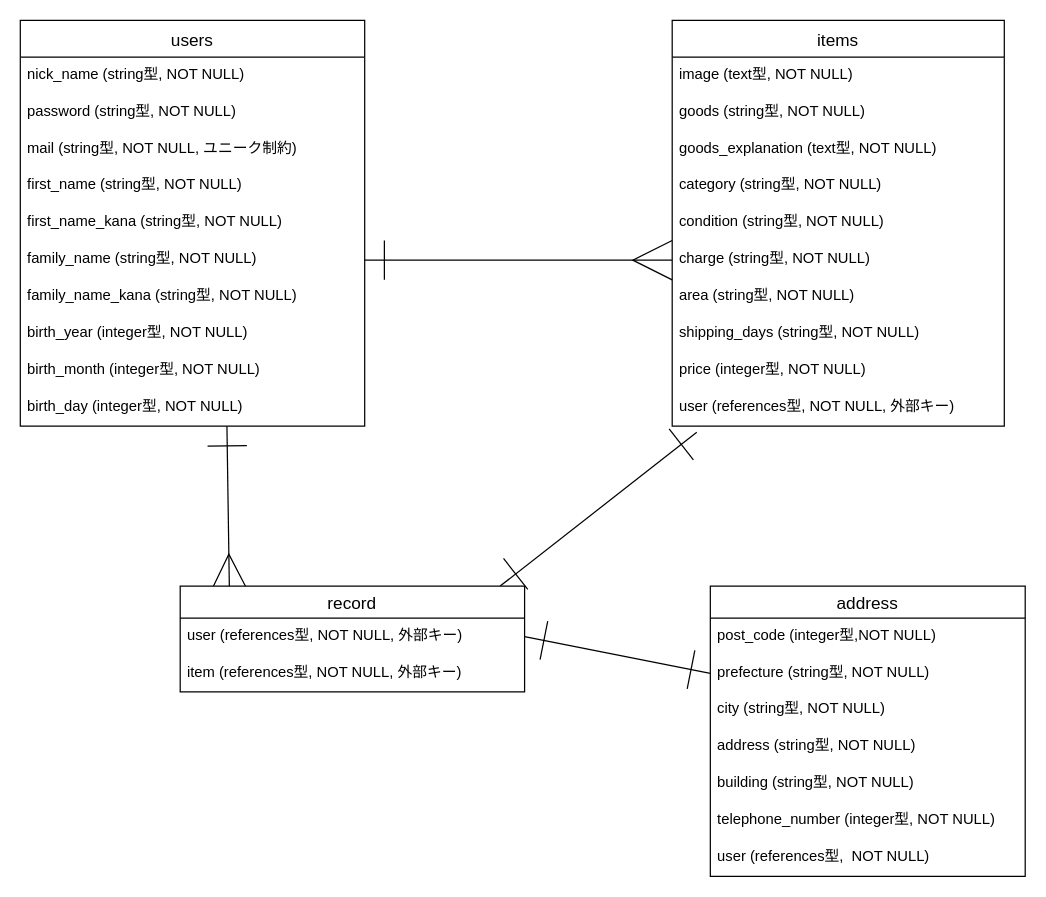
This is plan.dio from rinoccha/furima-39079, a draw.io file, before an edit. Source tidied: cells renumbered, new cells numbered last; positions are measured from the earlier drawing's top-left corner, leaving out a move shared by most shapes. Both pictures are drawn from the tidied source at 123%, with x=0, y=0 at pixel (20, 20).
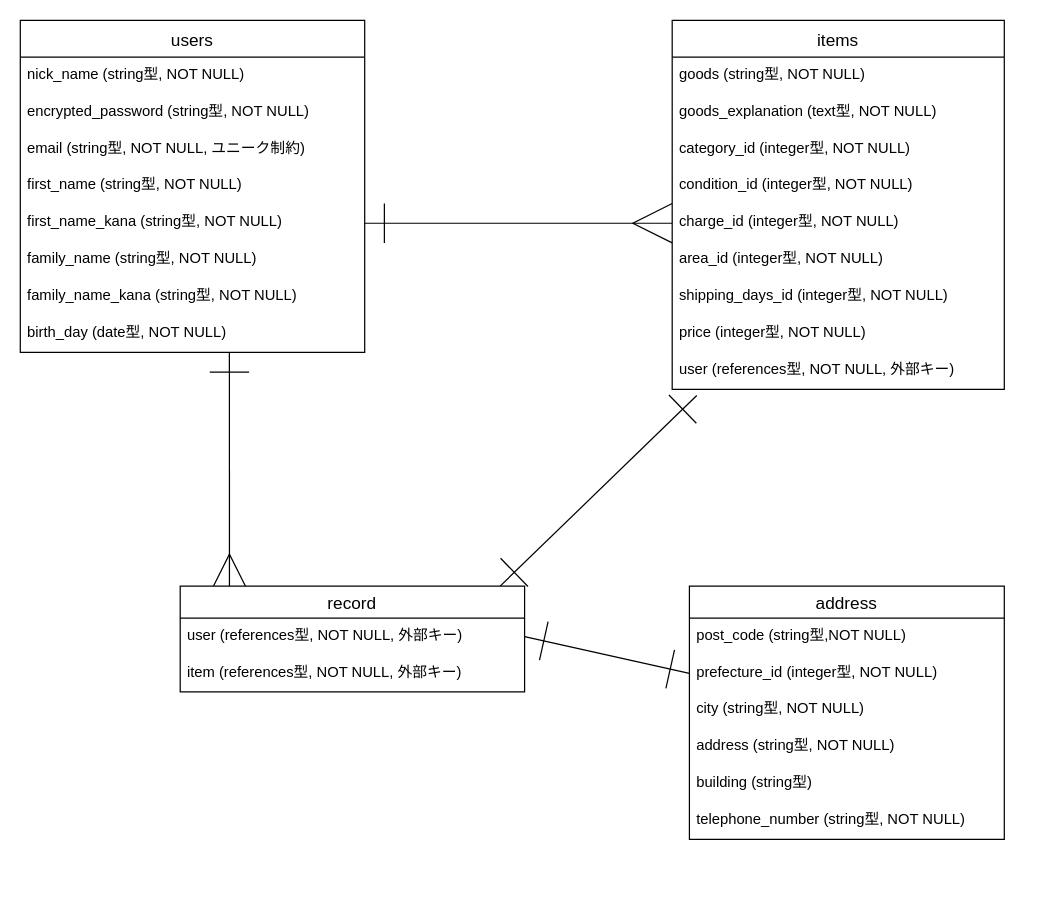
After the change.

Commit message (it also covers changes not shown here):
ER図、READMEの修正

The change refers to these unchanged cells:
```xml
<mxCell id="7" value="first_name_kana (string型, NOT NULL)" style="text;strokeColor=none;fillColor=none;spacingLeft=4;spacingRight=4;overflow=hidden;points=[[0,0.5],[1,0.5]];portConstraint=eastwest;fontSize=12;" parent="2" vertex="1">
  <mxGeometry y="150" width="280" height="30" as="geometry" />
</mxCell>
<mxCell id="8" value="family_name (string型, NOT NULL)" style="text;strokeColor=none;fillColor=none;spacingLeft=4;spacingRight=4;overflow=hidden;points=[[0,0.5],[1,0.5]];portConstraint=eastwest;fontSize=12;" parent="2" vertex="1">
  <mxGeometry y="180" width="280" height="30" as="geometry" />
</mxCell>
<mxCell id="35" value="record" style="swimlane;fontStyle=0;horizontal=1;startSize=26;align=center;fontSize=14;" parent="1" vertex="1">
  <mxGeometry x="130" y="460" width="280" height="86" as="geometry" />
</mxCell>
```

Diff of the diagram source:
```diff
@@
     <mxCell id="2" value="users" style="swimlane;fontStyle=0;horizontal=1;startSize=30;align=center;fontSize=14;" parent="1" vertex="1">
-      <mxGeometry width="280" height="330" as="geometry" />
+      <mxGeometry width="280" height="270" as="geometry" />
     </mxCell>
@@
-    <mxCell id="4" value="password (string型, NOT NULL)" style="text;strokeColor=none;fillColor=none;spacingLeft=4;spacingRight=4;overflow=hidden;fontSize=12;" parent="2" vertex="1">
+    <mxCell id="4" value="encrypted_password (string型, NOT NULL)" style="text;strokeColor=none;fillColor=none;spacingLeft=4;spacingRight=4;overflow=hidden;fontSize=12;" parent="2" vertex="1">
       <mxGeometry y="60" width="280" height="30" as="geometry" />
     </mxCell>
-    <mxCell id="5" value="mail (string型, NOT NULL, ユニーク制約)" style="text;strokeColor=none;fillColor=none;spacingLeft=4;spacingRight=4;overflow=hidden;fontSize=12;" parent="2" vertex="1">
+    <mxCell id="5" value="email (string型, NOT NULL, ユニーク制約)" style="text;strokeColor=none;fillColor=none;spacingLeft=4;spacingRight=4;overflow=hidden;fontSize=12;" parent="2" vertex="1">
       <mxGeometry y="90" width="280" height="30" as="geometry" />
     </mxCell>
@@
-    <mxCell id="10" value="birth_year (integer型, NOT NULL)" style="text;strokeColor=none;fillColor=none;spacingLeft=4;spacingRight=4;overflow=hidden;fontSize=12;" parent="2" vertex="1">
+    <mxCell id="10" value="birth_day (date型, NOT NULL)" style="text;strokeColor=none;fillColor=none;spacingLeft=4;spacingRight=4;overflow=hidden;fontSize=12;" parent="2" vertex="1">
       <mxGeometry y="240" width="280" height="30" as="geometry" />
     </mxCell>
-    <mxCell id="11" value="birth_month (integer型, NOT NULL)" style="text;strokeColor=none;fillColor=none;spacingLeft=4;spacingRight=4;overflow=hidden;fontSize=12;" parent="2" vertex="1">
-      <mxGeometry y="270" width="280" height="30" as="geometry" />
-    </mxCell>
-    <mxCell id="12" value="birth_day (integer型, NOT NULL)" style="text;strokeColor=none;fillColor=none;spacingLeft=4;spacingRight=4;overflow=hidden;points=[[0,0.5],[1,0.5]];portConstraint=eastwest;fontSize=12;" parent="2" vertex="1">
-      <mxGeometry y="300" width="280" height="30" as="geometry" />
-    </mxCell>
     <mxCell id="13" value="items" style="swimlane;fontStyle=0;horizontal=1;startSize=30;align=center;fontSize=14;" parent="1" vertex="1">
-      <mxGeometry x="530" width="270" height="330" as="geometry" />
+      <mxGeometry x="530" width="270" height="300" as="geometry" />
     </mxCell>
-    <mxCell id="14" value="image (text型, NOT NULL)" style="text;strokeColor=none;fillColor=none;spacingLeft=4;spacingRight=4;overflow=hidden;fontSize=12;" parent="13" vertex="1">
-      <mxGeometry y="30" width="270" height="30" as="geometry" />
-    </mxCell>
     <mxCell id="15" value="goods (string型, NOT NULL)" style="text;strokeColor=none;fillColor=none;spacingLeft=4;spacingRight=4;overflow=hidden;fontSize=12;" parent="13" vertex="1">
-      <mxGeometry y="60" width="270" height="30" as="geometry" />
+      <mxGeometry y="30" width="270" height="30" as="geometry" />
     </mxCell>
     <mxCell id="16" value="goods_explanation (text型, NOT NULL)" style="text;strokeColor=none;fillColor=none;spacingLeft=4;spacingRight=4;overflow=hidden;fontSize=12;" parent="13" vertex="1">
-      <mxGeometry y="90" width="270" height="30" as="geometry" />
+      <mxGeometry y="60" width="270" height="30" as="geometry" />
     </mxCell>
-    <mxCell id="17" value="category (string型, NOT NULL)" style="text;strokeColor=none;fillColor=none;spacingLeft=4;spacingRight=4;overflow=hidden;fontSize=12;" parent="13" vertex="1">
-      <mxGeometry y="120" width="270" height="30" as="geometry" />
+    <mxCell id="17" value="category_id (integer型, NOT NULL)" style="text;strokeColor=none;fillColor=none;spacingLeft=4;spacingRight=4;overflow=hidden;fontSize=12;" parent="13" vertex="1">
+      <mxGeometry y="90" width="270" height="30" as="geometry" />
     </mxCell>
-    <mxCell id="18" value="condition (string型, NOT NULL)" style="text;strokeColor=none;fillColor=none;spacingLeft=4;spacingRight=4;overflow=hidden;fontSize=12;" parent="13" vertex="1">
-      <mxGeometry y="150" width="270" height="30" as="geometry" />
+    <mxCell id="18" value="condition_id (integer型, NOT NULL)" style="text;strokeColor=none;fillColor=none;spacingLeft=4;spacingRight=4;overflow=hidden;fontSize=12;" parent="13" vertex="1">
+      <mxGeometry y="120" width="270" height="30" as="geometry" />
     </mxCell>
-    <mxCell id="19" value="charge (string型, NOT NULL)" style="text;strokeColor=none;fillColor=none;spacingLeft=4;spacingRight=4;overflow=hidden;points=[[0,0.5],[1,0.5]];portConstraint=eastwest;fontSize=12;" parent="13" vertex="1">
-      <mxGeometry y="180" width="270" height="30" as="geometry" />
+    <mxCell id="19" value="charge_id (integer型, NOT NULL)" style="text;strokeColor=none;fillColor=none;spacingLeft=4;spacingRight=4;overflow=hidden;points=[[0,0.5],[1,0.5]];portConstraint=eastwest;fontSize=12;" parent="13" vertex="1">
+      <mxGeometry y="150" width="270" height="30" as="geometry" />
     </mxCell>
-    <mxCell id="20" value="area (string型, NOT NULL)" style="text;strokeColor=none;fillColor=none;spacingLeft=4;spacingRight=4;overflow=hidden;fontSize=12;" parent="13" vertex="1">
-      <mxGeometry y="210" width="270" height="30" as="geometry" />
+    <mxCell id="20" value="area_id (integer型, NOT NULL)" style="text;strokeColor=none;fillColor=none;spacingLeft=4;spacingRight=4;overflow=hidden;fontSize=12;" parent="13" vertex="1">
+      <mxGeometry y="180" width="270" height="30" as="geometry" />
     </mxCell>
-    <mxCell id="21" value="shipping_days (string型, NOT NULL)" style="text;strokeColor=none;fillColor=none;spacingLeft=4;spacingRight=4;overflow=hidden;fontSize=12;" parent="13" vertex="1">
-      <mxGeometry y="240" width="270" height="30" as="geometry" />
+    <mxCell id="21" value="shipping_days_id (integer型, NOT NULL)" style="text;strokeColor=none;fillColor=none;spacingLeft=4;spacingRight=4;overflow=hidden;fontSize=12;" parent="13" vertex="1">
+      <mxGeometry y="210" width="270" height="30" as="geometry" />
     </mxCell>
     <mxCell id="22" value="price (integer型, NOT NULL)" style="text;strokeColor=none;fillColor=none;spacingLeft=4;spacingRight=4;overflow=hidden;fontSize=12;" parent="13" vertex="1">
-      <mxGeometry y="270" width="270" height="30" as="geometry" />
+      <mxGeometry y="240" width="270" height="30" as="geometry" />
     </mxCell>
     <mxCell id="23" value="user (references型, NOT NULL, 外部キー)" style="text;strokeColor=none;fillColor=none;spacingLeft=4;spacingRight=4;overflow=hidden;points=[[0,0.5],[1,0.5]];portConstraint=eastwest;fontSize=12;" parent="13" vertex="1">
-      <mxGeometry y="300" width="270" height="30" as="geometry" />
+      <mxGeometry y="270" width="270" height="30" as="geometry" />
     </mxCell>
@@
-    <mxCell id="25" style="edgeStyle=none;html=1;entryX=0.6;entryY=1;entryDx=0;entryDy=0;entryPerimeter=0;startArrow=ERmany;startFill=0;endArrow=ERone;endFill=0;startSize=30;endSize=30;exitX=0.143;exitY=0.07;exitDx=0;exitDy=0;exitPerimeter=0;" parent="1" edge="1" source="35" target="12">
-      <mxGeometry relative="1" as="geometry" />
+    <mxCell id="25" style="edgeStyle=none;html=1;startArrow=ERmany;startFill=0;endArrow=ERone;endFill=0;startSize=30;endSize=30;exitX=0.143;exitY=0.07;exitDx=0;exitDy=0;exitPerimeter=0;" parent="1" edge="1" source="35">
+      <mxGeometry relative="1" as="geometry">
+        <mxPoint x="170" y="270" as="targetPoint" />
+      </mxGeometry>
     </mxCell>
-    <mxCell id="26" style="edgeStyle=none;html=1;exitX=1;exitY=0.5;exitDx=0;exitDy=0;endArrow=ERmany;endFill=0;endSize=30;startSize=30;startArrow=ERone;startFill=0;entryX=0;entryY=0.5;entryDx=0;entryDy=0;" parent="1" edge="1" source="8" target="19">
-      <mxGeometry relative="1" as="geometry">
-        <Array as="points">
-          <mxPoint x="430" y="195" />
-        </Array>
-      </mxGeometry>
+    <mxCell id="26" style="edgeStyle=none;html=1;exitX=1;exitY=0.5;exitDx=0;exitDy=0;endArrow=ERmany;endFill=0;endSize=30;startSize=30;startArrow=ERone;startFill=0;entryX=0;entryY=0.5;entryDx=0;entryDy=0;" parent="1" edge="1" source="7" target="19">
+      <mxGeometry relative="1" as="geometry" />
     </mxCell>
     <mxCell id="27" value="address" style="swimlane;fontStyle=0;horizontal=1;startSize=26;align=center;fontSize=14;" parent="1" vertex="1">
-      <mxGeometry x="561" y="460" width="256" height="236" as="geometry" />
+      <mxGeometry x="544" y="460" width="256" height="206" as="geometry" />
     </mxCell>
-    <mxCell id="28" value="post_code (integer型,NOT NULL)" style="text;strokeColor=none;fillColor=none;spacingLeft=4;spacingRight=4;overflow=hidden;fontSize=12;" parent="27" vertex="1">
+    <mxCell id="28" value="post_code (string型,NOT NULL)" style="text;strokeColor=none;fillColor=none;spacingLeft=4;spacingRight=4;overflow=hidden;fontSize=12;" parent="27" vertex="1">
       <mxGeometry y="26" width="256" height="30" as="geometry" />
     </mxCell>
-    <mxCell id="29" value="prefecture (string型, NOT NULL)" style="text;strokeColor=none;fillColor=none;spacingLeft=4;spacingRight=4;overflow=hidden;points=[[0,0.5],[1,0.5]];portConstraint=eastwest;fontSize=12;" parent="27" vertex="1">
+    <mxCell id="29" value="prefecture_id (integer型, NOT NULL)" style="text;strokeColor=none;fillColor=none;spacingLeft=4;spacingRight=4;overflow=hidden;points=[[0,0.5],[1,0.5]];portConstraint=eastwest;fontSize=12;" parent="27" vertex="1">
       <mxGeometry y="56" width="256" height="30" as="geometry" />
     </mxCell>
@@
-    <mxCell id="32" value="building (string型, NOT NULL)" style="text;strokeColor=none;fillColor=none;spacingLeft=4;spacingRight=4;overflow=hidden;fontSize=12;" parent="27" vertex="1">
+    <mxCell id="32" value="building (string型)" style="text;strokeColor=none;fillColor=none;spacingLeft=4;spacingRight=4;overflow=hidden;fontSize=12;" parent="27" vertex="1">
       <mxGeometry y="146" width="256" height="30" as="geometry" />
     </mxCell>
-    <mxCell id="33" value="telephone_number (integer型, NOT NULL)" style="text;strokeColor=none;fillColor=none;spacingLeft=4;spacingRight=4;overflow=hidden;fontSize=12;" parent="27" vertex="1">
+    <mxCell id="33" value="telephone_number (string型, NOT NULL)" style="text;strokeColor=none;fillColor=none;spacingLeft=4;spacingRight=4;overflow=hidden;fontSize=12;" parent="27" vertex="1">
       <mxGeometry y="176" width="256" height="30" as="geometry" />
     </mxCell>
-    <mxCell id="34" value="user (references型,  NOT NULL)" style="text;strokeColor=none;fillColor=none;spacingLeft=4;spacingRight=4;overflow=hidden;fontSize=12;" parent="27" vertex="1">
-      <mxGeometry y="206" width="256" height="30" as="geometry" />
-    </mxCell>
```
